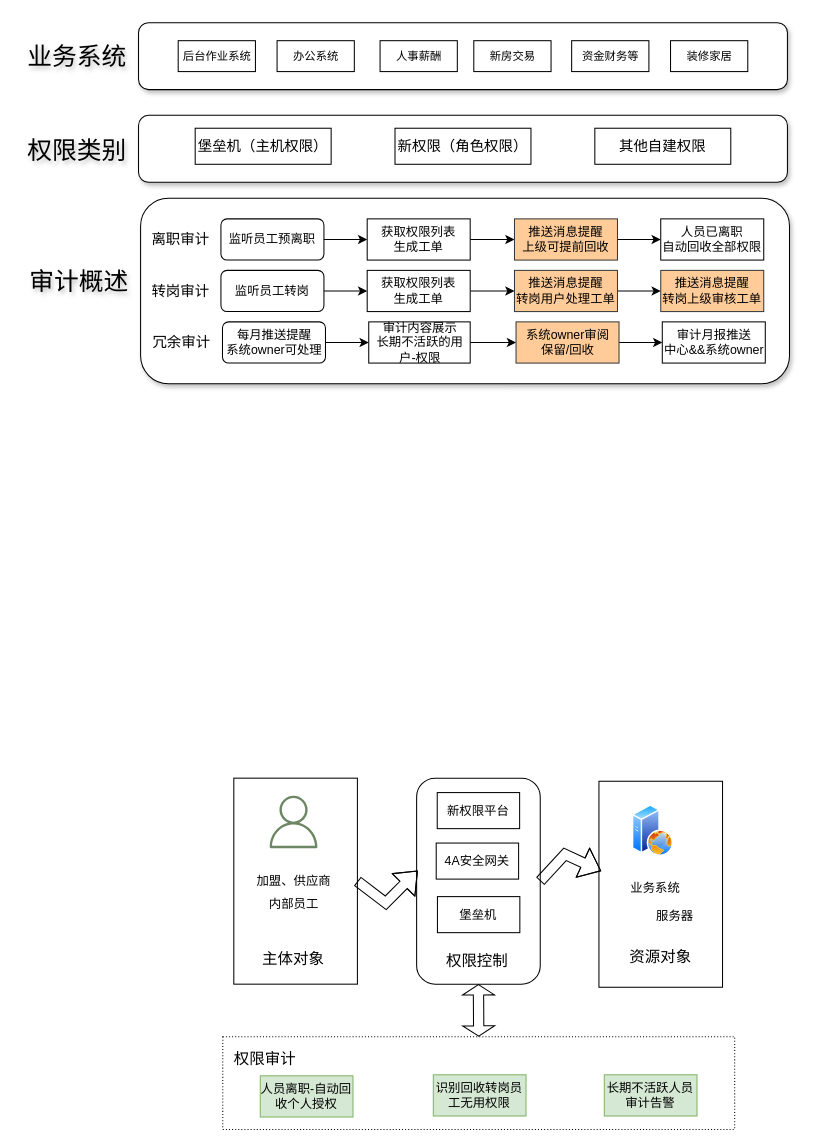
The draw.io diagram page "权限管控概述" (6 of 13) of 权限审计.drawio in zpxiao-ios/hello-world, before the edit. Source tidied: cells renumbered, new cells numbered last; positions are measured from the earlier drawing's top-left corner, leaving out a move shared by most shapes. Both pictures are drawn from the tidied source at 103%, with x=0, y=0 at pixel (18, 23).
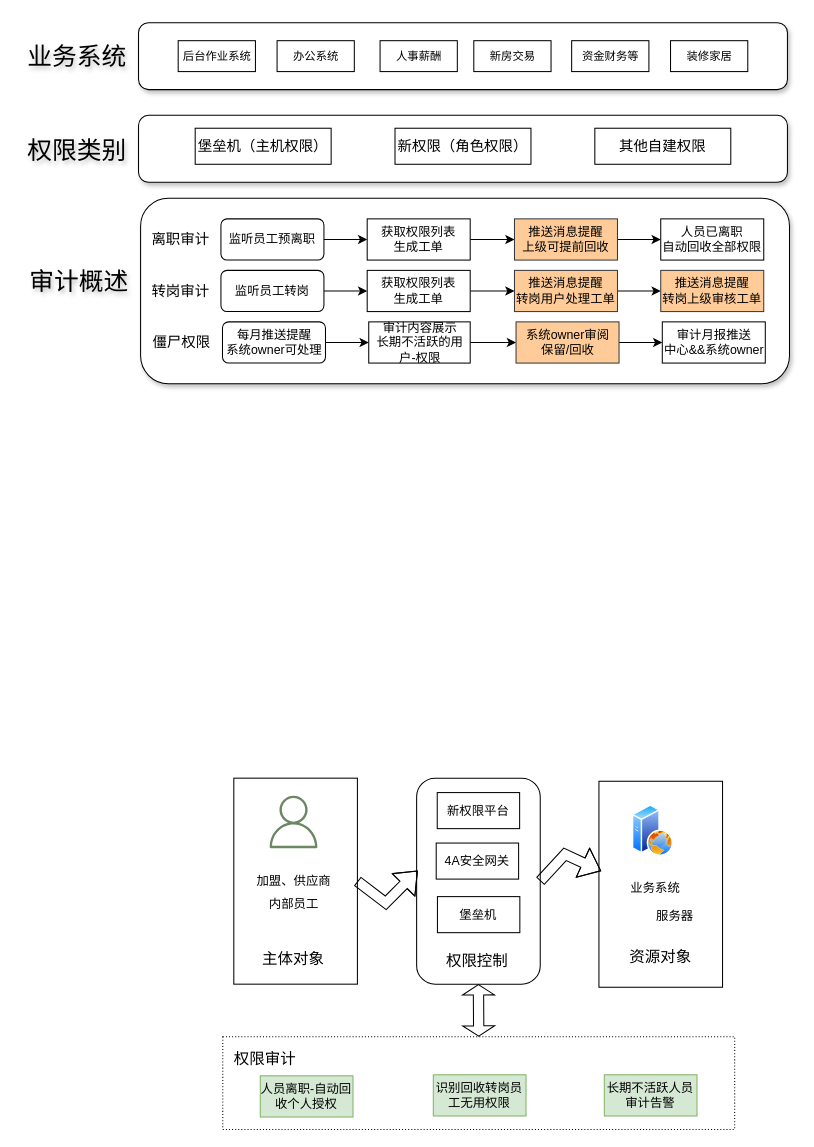
The same page after the edit.

Commit message:
更新权限审计.drawio

The change refers to these unchanged cells:
```xml
<mxCell id="38" style="group;" parent="1" vertex="1">
  <mxGeometry x="129" y="290" width="596.5" height="40" as="geometry" />
</mxCell>
```

The edit, as a diff of the source:
```diff
@@
-    <mxCell id="46" value="冗余审计" style="text;html=1;align=center;verticalAlign=middle;whiteSpace=wrap;rounded=0;fontSize=14;" parent="38" vertex="1">
+    <mxCell id="46" value="僵尸权限" style="text;html=1;align=center;verticalAlign=middle;whiteSpace=wrap;rounded=0;fontSize=14;" parent="38" vertex="1">
       <mxGeometry y="5" width="60" height="30" as="geometry" />
     </mxCell>
```
